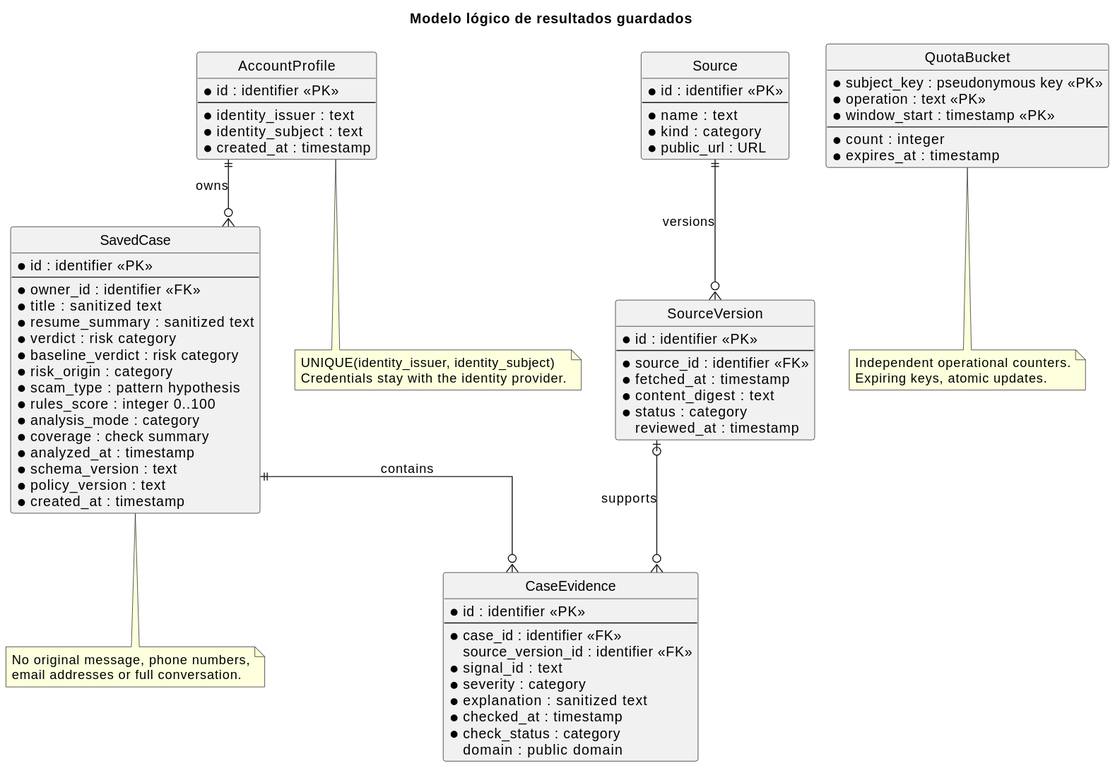
This is docs/diagrams/rendered/data-model.svg from deep-skill/everyday-trust, a PlantUML export, as it was before one commit.
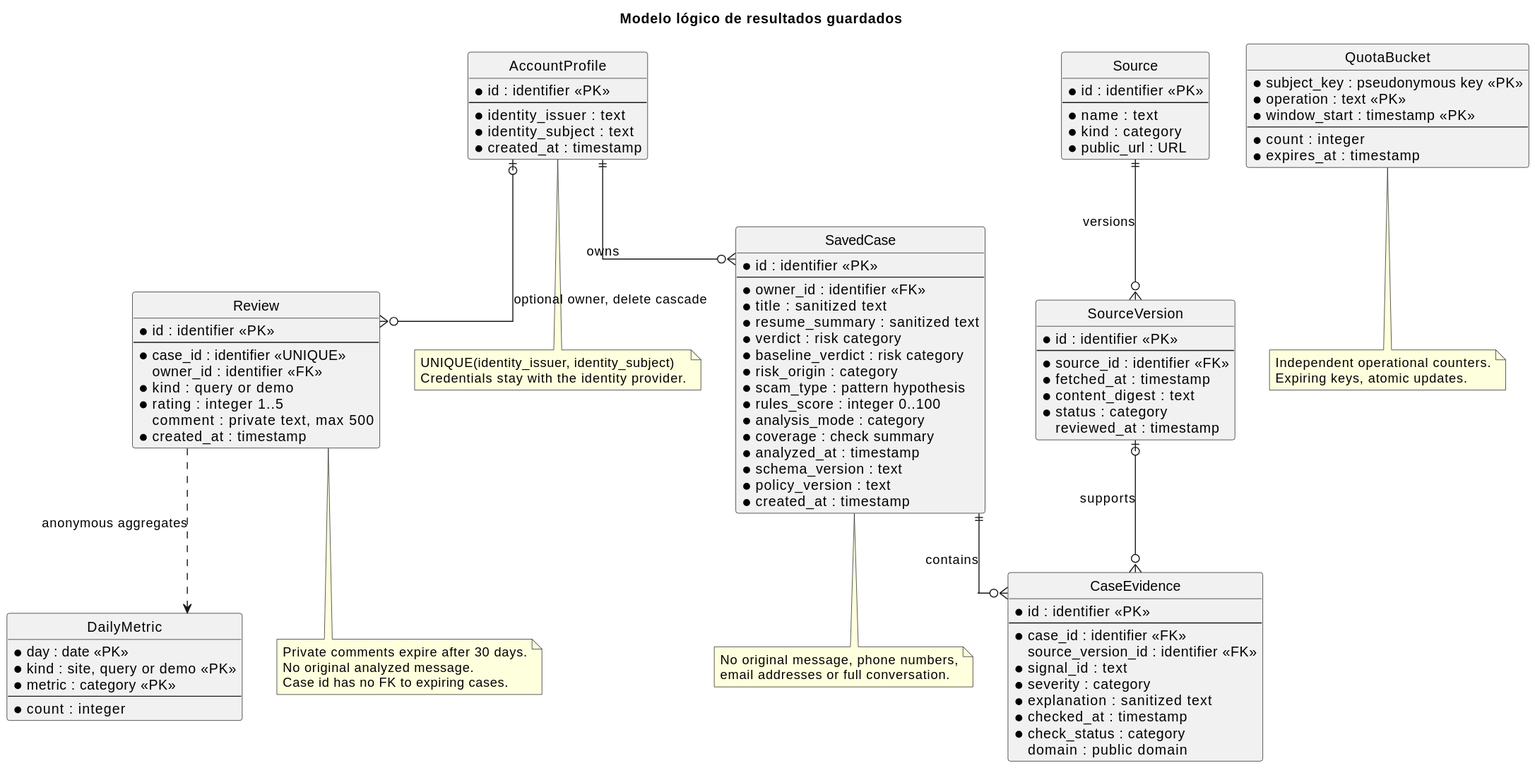
The same file after the commit.

Change to the diagram source:
```diff
@@ -68,6 +68,31 @@
   * expires_at : timestamp
 }
 
+entity Review {
+  * id : identifier <<PK>>
+  --
+  * case_id : identifier <<UNIQUE>>
+  owner_id : identifier <<FK>>
+  * kind : query or demo
+  * rating : integer 1..5
+  comment : private text, max 500
+  * created_at : timestamp
+}
+entity DailyMetric {
+  * day : date <<PK>>
+  * kind : site, query or demo <<PK>>
+  * metric : category <<PK>>
+  --
+  * count : integer
+}
+AccountProfile |o--o{ Review : optional owner, delete cascade
+Review ..> DailyMetric : anonymous aggregates
+note bottom of Review
+  Private comments expire after 30 days.
+  No original analyzed message.
+  Case id has no FK to expiring cases.
+end note
+
 AccountProfile ||--o{ SavedCase : owns
 SavedCase ||--o{ CaseEvidence : contains
 Source ||--o{ SourceVersion : versions
```
